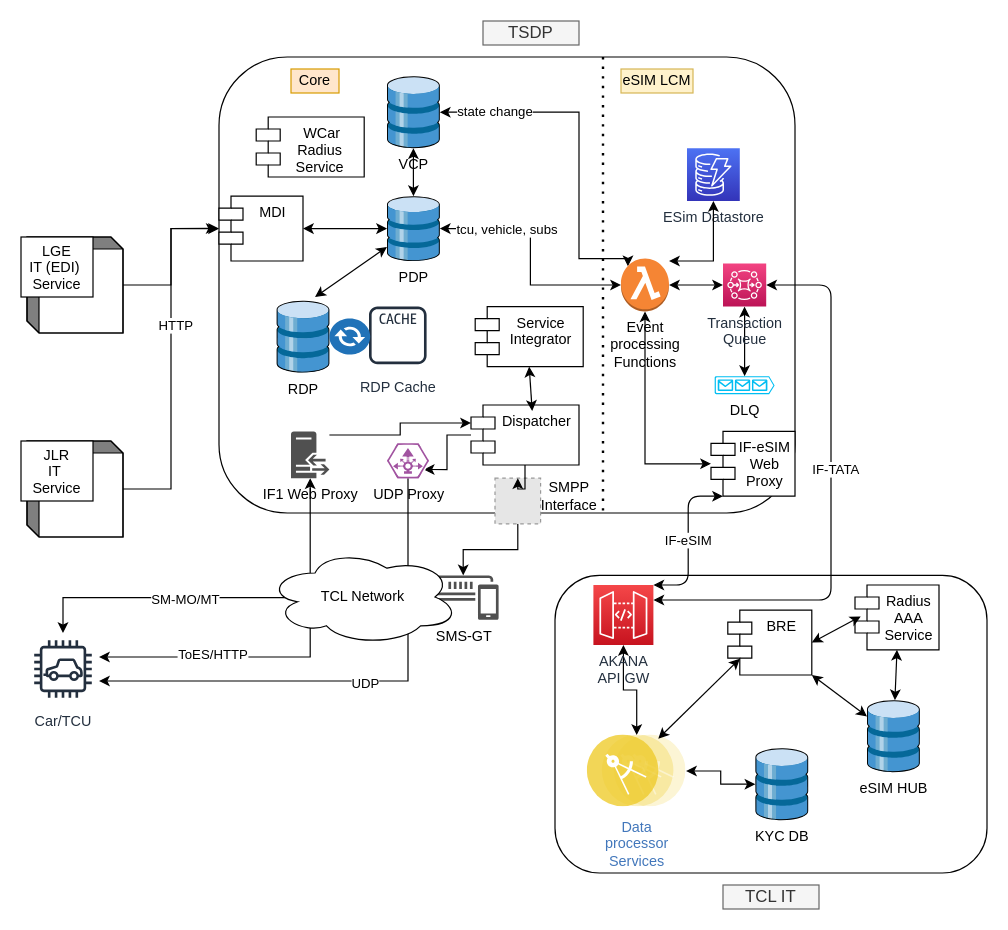
subhachat/CodeKata keeps this draw.io diagram as page "Overall eSIM System Interactions" (1 of 12) of src/main/resources/VDC_eSIM_dataflow_WC_TCL.drawio. Above is the earlier version. Source tidied: cells renumbered, new cells numbered last; positions are measured from the earlier drawing's top-left corner, leaving out a move shared by most shapes. Both pictures are drawn from the tidied source at 120%, with x=0, y=0 at pixel (26, 20). Pictures stored in the file or linked from it are replaced by grey dashed boxes.
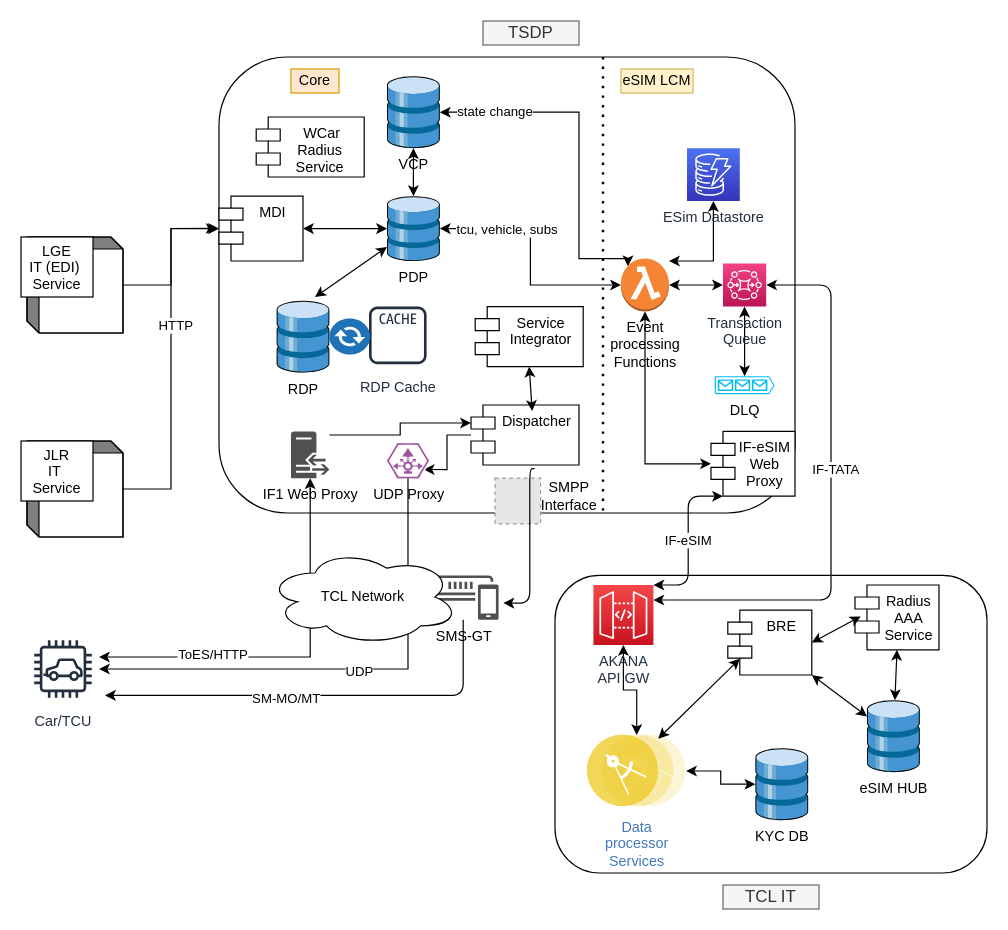
The same page after the edit.

The change refers to these unchanged cells:
```xml
<mxCell id="12" value="Car/TCU" style="outlineConnect=0;fontColor=#232F3E;gradientColor=none;strokeColor=#232F3E;fillColor=#ffffff;dashed=0;verticalLabelPosition=bottom;verticalAlign=top;align=center;html=1;fontSize=12;fontStyle=0;shape=mxgraph.aws4.resourceIcon;resIcon=mxgraph.aws4.car;" parent="1" vertex="1">
  <mxGeometry y="510" width="60" height="60" as="geometry" />
</mxCell>
<mxCell id="31" value="Dispatcher" style="shape=module;align=left;spacingLeft=20;align=center;verticalAlign=top;" parent="1" vertex="1">
  <mxGeometry x="370" y="320" width="90" height="50" as="geometry" />
</mxCell>
<mxCell id="37" value="UDP Proxy" style="verticalLabelPosition=bottom;html=1;fillColor=#A153A0;strokeColor=#ffffff;verticalAlign=top;align=center;points=[[0,0.5,0],[0.125,0.25,0],[0.25,0,0],[0.5,0,0],[0.75,0,0],[0.875,0.25,0],[1,0.5,0],[0.875,0.75,0],[0.75,1,0],[0.5,1,0],[0.125,0.75,0]];shape=mxgraph.cisco_safe.compositeIcon;bgIcon=ellipse;resIcon=mxgraph.cisco_safe.design.udp_director_2;" parent="1" vertex="1">
  <mxGeometry x="300" y="352" width="35" height="29" as="geometry" />
</mxCell>
<mxCell id="40" value="SMS-GT" style="shadow=0;dashed=0;html=1;strokeColor=none;fillColor=#505050;labelPosition=center;verticalLabelPosition=bottom;verticalAlign=top;outlineConnect=0;align=center;shape=mxgraph.office.communications.sms_gateway;" parent="1" vertex="1">
  <mxGeometry x="334" y="462" width="59" height="37" as="geometry" />
</mxCell>
<mxCell id="42" style="fillColor=#E6E6E6;strokeColor=#999999;dashed=1;html=1;verticalAlign=top;verticalLabelPosition=bottom;labelBackgroundColor=#ffffff;" parent="1" vertex="1">
  <mxGeometry x="390" y="381" width="38" height="38" as="geometry" />
</mxCell>
```

Diff of the diagram source:
```diff
@@
-    <mxCell id="30" style="edgeStyle=orthogonalEdgeStyle;rounded=0;jettySize=auto;html=1;" parent="1" edge="1" source="42" target="40">
-      <mxGeometry relative="1" as="geometry" />
-    </mxCell>
@@
     <mxCell id="35" style="edgeStyle=orthogonalEdgeStyle;rounded=0;jettySize=auto;html=1;" parent="1" edge="1" source="37" target="12">
       <mxGeometry relative="1" as="geometry">
         <Array as="points">
-          <mxPoint x="318" y="550" />
+          <mxPoint x="318" y="540" />
         </Array>
       </mxGeometry>
     </mxCell>
@@
-    <mxCell id="38" style="edgeStyle=orthogonalEdgeStyle;rounded=0;jettySize=auto;html=1;" parent="1" edge="1" source="40" target="12">
-      <mxGeometry relative="1" as="geometry" />
-    </mxCell>
-    <mxCell id="39" value="SM-MO/MT" style="edgeLabel;html=1;align=center;verticalAlign=middle;" parent="38" vertex="1">
-      <mxGeometry x="0.22" y="1" relative="1" as="geometry" />
-    </mxCell>
@@
-    <mxCell id="43" style="edgeStyle=orthogonalEdgeStyle;rounded=0;jettySize=auto;html=1;" parent="1" edge="1" source="31" target="42">
-      <mxGeometry relative="1" as="geometry" />
-    </mxCell>
@@
+    <mxCell id="74" style="edgeStyle=segmentEdgeStyle;endArrow=classic;html=1;exitX=0.5;exitY=1;exitDx=0;exitDy=0;" parent="1" edge="1">
+      <mxGeometry relative="1" as="geometry">
+        <mxPoint x="423" y="373" as="sourcePoint" />
+        <mxPoint x="397" y="485.1" as="targetPoint" />
+        <Array as="points">
+          <mxPoint x="419" y="373" />
+          <mxPoint x="419" y="485" />
+        </Array>
+      </mxGeometry>
+    </mxCell>
+    <mxCell id="75" style="edgeStyle=elbowEdgeStyle;elbow=vertical;endArrow=classic;html=1;" parent="1" edge="1">
+      <mxGeometry relative="1" as="geometry">
+        <mxPoint x="363.5" y="499" as="sourcePoint" />
+        <mxPoint x="65" y="562" as="targetPoint" />
+        <Array as="points">
+          <mxPoint x="35" y="562" />
+        </Array>
+      </mxGeometry>
+    </mxCell>
+    <mxCell id="39" value="SM-MO/MT" style="edgeLabel;html=1;align=center;verticalAlign=middle;" parent="75" vertex="1">
+      <mxGeometry x="-0.35" y="-1" relative="1" as="geometry">
+        <mxPoint x="-94.2" y="3" as="offset" />
+      </mxGeometry>
+    </mxCell>
```
